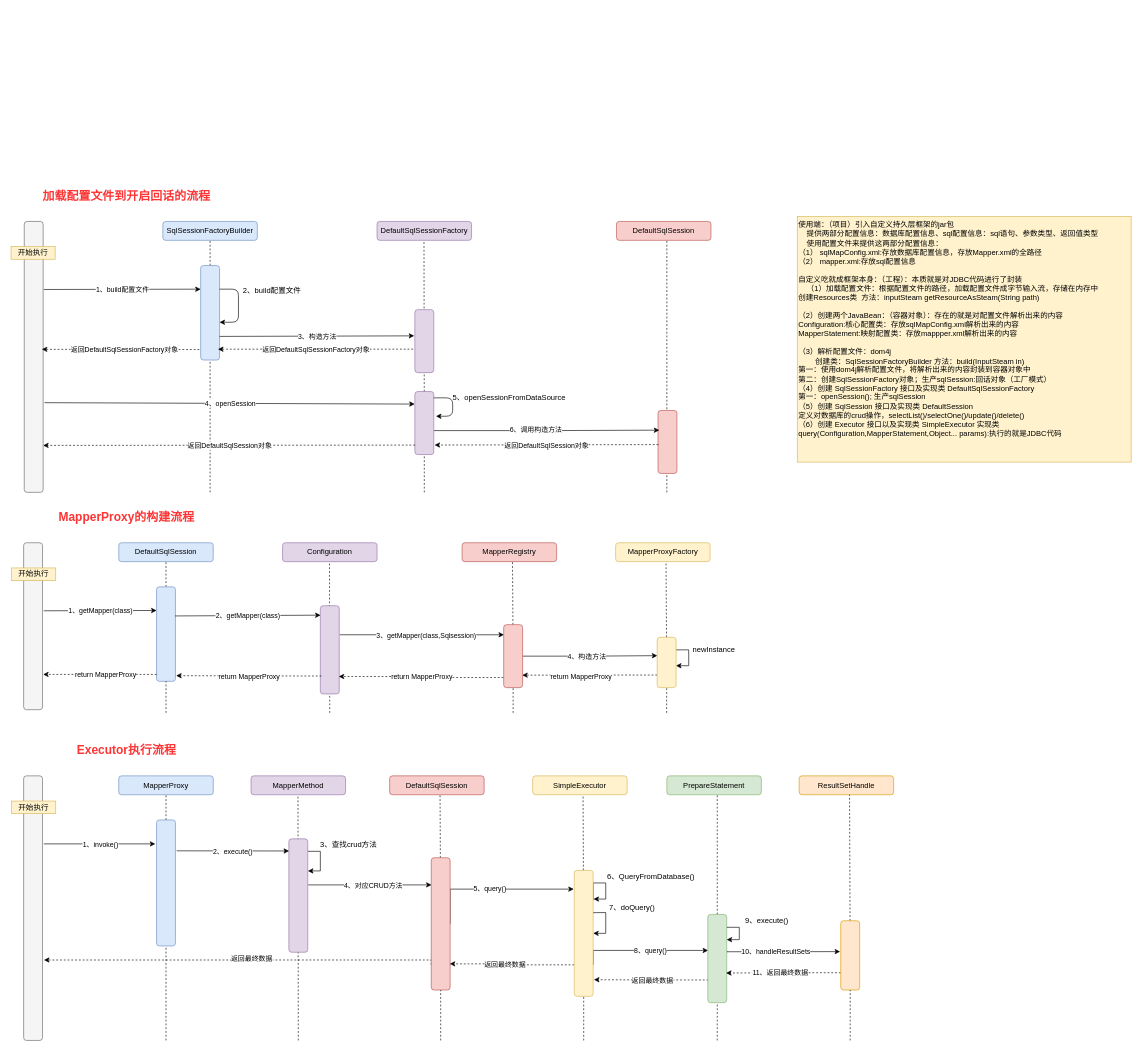
zhangxrxyy/draw keeps this draw.io diagram as 未命名绘图.drawio. Above is the earlier version. Source tidied: cells renumbered, new cells numbered last; positions are measured from the earlier drawing's top-left corner, leaving out a move shared by most shapes. Both pictures are drawn from the tidied source at 63%, with x=0, y=0 at pixel (11, 190).
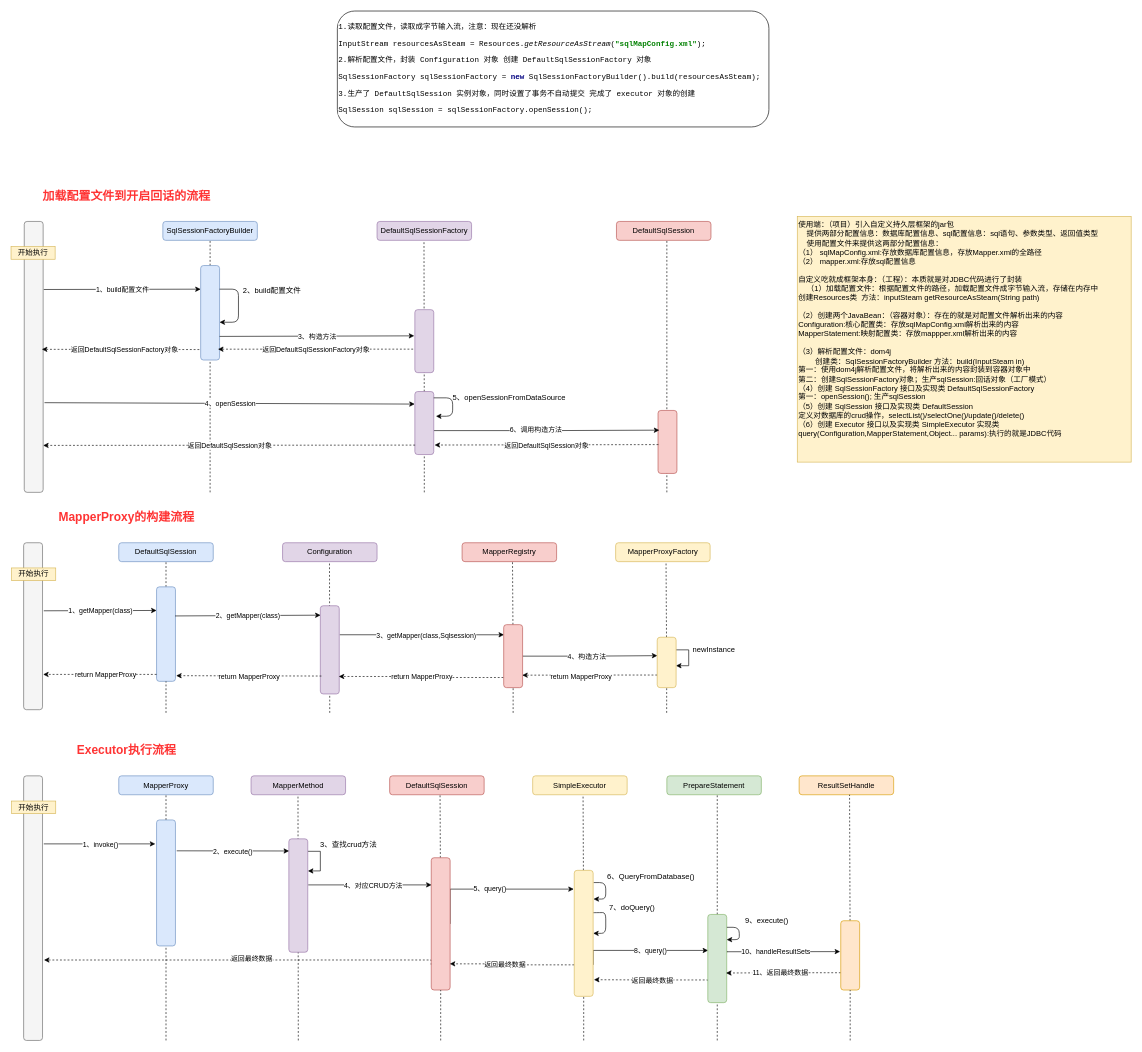
The same diagram, later.

Commit message:
更新未命名绘图.drawio

The change refers to these unchanged cells:
```xml
<mxCell id="106" style="rounded=1;whiteSpace=wrap;html=1;fillColor=#fff2cc;strokeColor=#d6b656;" parent="1" vertex="1">
  <mxGeometry x="894" y="1080" width="30" height="200" as="geometry" />
</mxCell>
<mxCell id="115" style="rounded=1;whiteSpace=wrap;html=1;fillColor=#d5e8d4;strokeColor=#82b366;" parent="1" vertex="1">
  <mxGeometry x="1106" y="1150" width="30" height="140" as="geometry" />
</mxCell>
```

Change to the diagram source:
```diff
@@
-    <mxCell id="102" style="edgeStyle=orthogonalEdgeStyle;rounded=0;jettySize=auto;html=1;strokeWidth=1;entryX=1.021;entryY=0.228;entryDx=0;entryDy=0;entryPerimeter=0;" parent="1" edge="1" target="106">
+    <mxCell id="102" style="edgeStyle=orthogonalEdgeStyle;rounded=1;orthogonalLoop=1;jettySize=auto;html=1;strokeWidth=1;entryX=1.021;entryY=0.228;entryDx=0;entryDy=0;entryPerimeter=0;exitX=1.024;exitY=0.097;exitDx=0;exitDy=0;exitPerimeter=0;" parent="1" edge="1" source="106" target="106">
       <mxGeometry relative="1" as="geometry">
-        <mxPoint x="924" y="1127" as="sourcePoint" />
         <Array as="points">
-          <mxPoint x="924" y="1100" />
-          <mxPoint x="944" y="1100" />
+          <mxPoint x="944" y="1099" />
           <mxPoint x="944" y="1125" />
           <mxPoint x="925" y="1125" />
         </Array>
       </mxGeometry>
     </mxCell>
-    <mxCell id="103" style="edgeStyle=orthogonalEdgeStyle;rounded=0;jettySize=auto;html=1;exitX=1.041;exitY=0.336;exitDx=0;exitDy=0;strokeWidth=1;exitPerimeter=0;" parent="1" edge="1" source="106">
+    <mxCell id="103" style="edgeStyle=orthogonalEdgeStyle;rounded=1;jettySize=auto;html=1;exitX=1.041;exitY=0.336;exitDx=0;exitDy=0;strokeWidth=1;exitPerimeter=0;" parent="1" edge="1" source="106">
       <mxGeometry relative="1" as="geometry">
         <mxPoint x="924.1" y="1180" as="targetPoint" />
         <Array as="points">
           <mxPoint x="924" y="1147" />
           <mxPoint x="944" y="1147" />
           <mxPoint x="944" y="1180" />
         </Array>
       </mxGeometry>
     </mxCell>
@@
-    <mxCell id="126" style="edgeStyle=orthogonalEdgeStyle;rounded=0;jettySize=auto;html=1;exitX=1.011;exitY=0.146;exitDx=0;exitDy=0;strokeWidth=1;exitPerimeter=0;" parent="1" edge="1" source="115">
+    <mxCell id="126" style="edgeStyle=orthogonalEdgeStyle;rounded=1;jettySize=auto;html=1;exitX=1.011;exitY=0.146;exitDx=0;exitDy=0;strokeWidth=1;exitPerimeter=0;" parent="1" edge="1" source="115">
       <mxGeometry relative="1" as="geometry">
         <mxPoint x="1136" y="1190" as="targetPoint" />
         <Array as="points">
           <mxPoint x="1156" y="1170" />
           <mxPoint x="1156" y="1190" />
         </Array>
       </mxGeometry>
     </mxCell>
@@
+    <mxCell id="128" value="&lt;pre style=&quot;background-color: rgb(255 , 255 , 255) ; font-family: &amp;#34;jetbrains mono&amp;#34; , monospace ; font-size: 9pt&quot;&gt;1.读取配置文件，读取成字节输入流，注意：现在还没解析&lt;/pre&gt;&lt;pre style=&quot;background-color: rgb(255 , 255 , 255) ; font-family: &amp;#34;jetbrains mono&amp;#34; , monospace ; font-size: 9pt&quot;&gt;InputStream resourcesAsSteam = Resources.&lt;span style=&quot;font-style: italic&quot;&gt;getResourceAsStream&lt;/span&gt;(&lt;span style=&quot;color: #008000 ; font-weight: bold&quot;&gt;&quot;sqlMapConfig.xml&quot;&lt;/span&gt;);&lt;/pre&gt;&lt;pre style=&quot;background-color: rgb(255 , 255 , 255) ; font-family: &amp;#34;jetbrains mono&amp;#34; , monospace ; font-size: 9pt&quot;&gt;2.解析配置文件，封装 Configuration 对象 创建 DefaultSqlSessionFactory 对象&lt;/pre&gt;&lt;pre style=&quot;background-color: rgb(255 , 255 , 255) ; font-family: &amp;#34;jetbrains mono&amp;#34; , monospace ; font-size: 9pt&quot;&gt;&lt;pre style=&quot;font-family: &amp;#34;jetbrains mono&amp;#34; , monospace ; font-size: 9pt&quot;&gt;SqlSessionFactory sqlSessionFactory = &lt;span style=&quot;color: #000080 ; font-weight: bold&quot;&gt;new &lt;/span&gt;SqlSessionFactoryBuilder().build(resourcesAsSteam);&lt;/pre&gt;&lt;pre style=&quot;font-family: &amp;#34;jetbrains mono&amp;#34; , monospace ; font-size: 9pt&quot;&gt;3.生产了 DefaultSqlSession 实例对象，同时设置了事务不自动提交 完成了 executor 对象的创建&lt;/pre&gt;&lt;pre style=&quot;font-family: &amp;#34;jetbrains mono&amp;#34; , monospace ; font-size: 9pt&quot;&gt;&lt;pre style=&quot;font-family: &amp;#34;jetbrains mono&amp;#34; , monospace ; font-size: 9pt&quot;&gt;SqlSession sqlSession = sqlSessionFactory.openSession();&lt;/pre&gt;&lt;/pre&gt;&lt;/pre&gt;" style="rounded=1;whiteSpace=wrap;html=1;align=left;" parent="1" vertex="1">
+      <mxGeometry x="518" y="-284" width="685" height="184" as="geometry" />
+    </mxCell>
```
